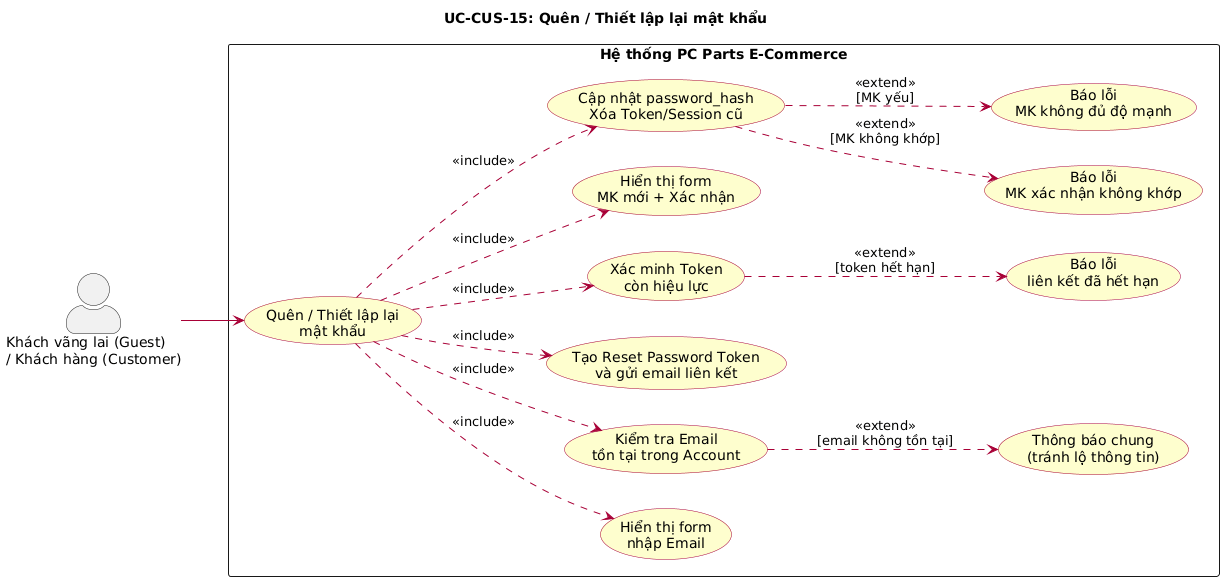
The PlantUML diagram docs/diagrams/images/uc_CUS15_quen_mat_khau.png in huuhieu56/PC-Parts-ECommerce, before a commit.
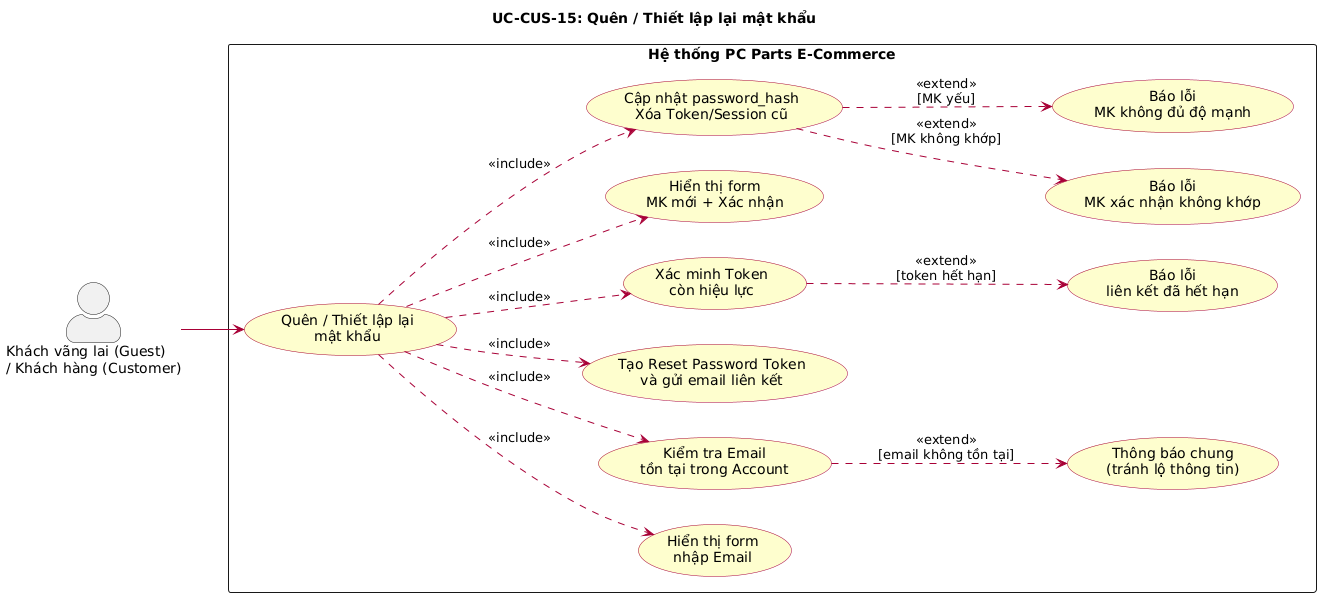
After the commit.

Diff of the diagram source:
```diff
@@ -1,4 +1,4 @@
-@startuml
+@startuml uc_CUS15_quen_mat_khau
 left to right direction
 skinparam actorStyle awesome
 skinparam packageStyle rectangle
@@ -41,4 +41,5 @@
 UC_VERIFY_TOKEN ..> UC_ERR_EXPIRED : <<extend>>\n[token hết hạn]
 UC_RESET ..> UC_ERR_MATCH : <<extend>>\n[MK không khớp]
 UC_RESET ..> UC_ERR_WEAK : <<extend>>\n[MK yếu]
+
 @enduml
```
